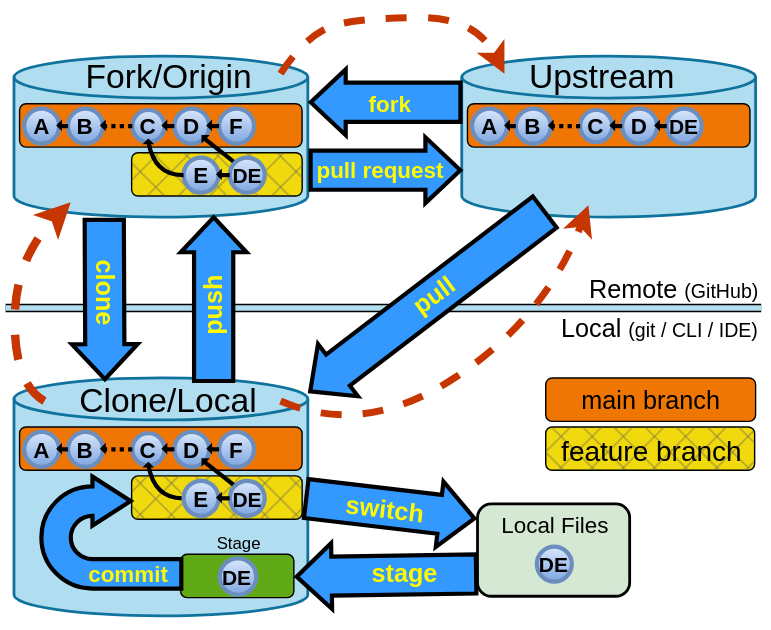
Before: materials/BaseDiagram.svg, a diagram exported from draw.io (HFOSSedu/GitKit-Codespace). Source tidied: cells renumbered, new cells last; positions are measured from the earlier drawing's top-left corner, leaving out a move shared by most shapes.
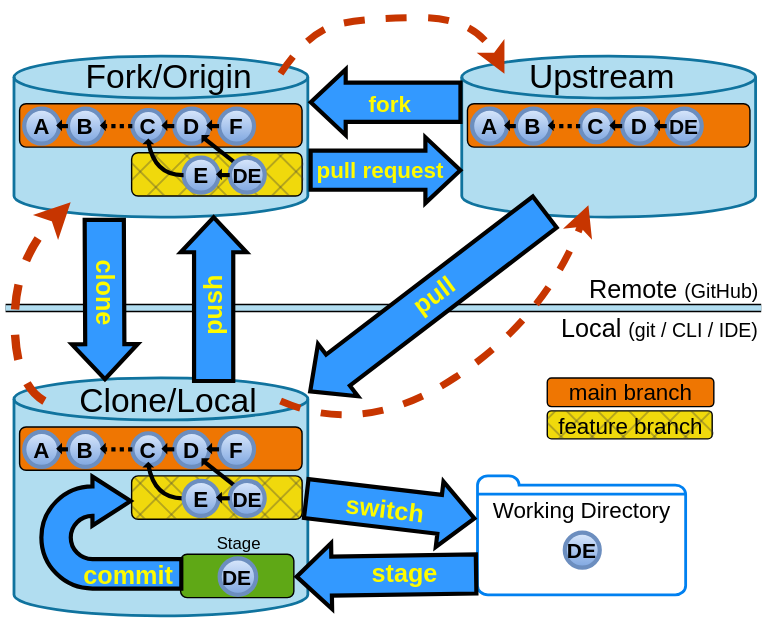
The same file after the commit.

Diff of the diagram source:
```diff
@@ -2,6 +2,9 @@
   <root>
     <mxCell id="0" />
     <mxCell id="1" parent="0" />
+    <mxCell id="148" style="html=1;verticalLabelPosition=bottom;align=center;labelBackgroundColor=#ffffff;verticalAlign=top;strokeWidth=2;strokeColor=#0080F0;shadow=0;dashed=0;shape=mxgraph.ios7.icons.folder;" parent="1" vertex="1">
+      <mxGeometry x="341.2" y="340" width="148.8" height="85" as="geometry" />
+    </mxCell>
     <mxCell id="2" style="endArrow=none;html=1;rounded=1;labelBackgroundColor=none;strokeWidth=1;curved=0;endFill=0;shape=pipe;fillColor=light-dark(#b1ddf0, #1d293b);strokeColor=light-dark(#000000, #5c79a3);" parent="1" edge="1">
       <mxGeometry relative="1" as="geometry">
         <mxPoint x="4" y="220" as="sourcePoint" />
@@ -44,7 +47,7 @@
     <mxCell id="14" style="rounded=1;whiteSpace=wrap;html=1;labelBackgroundColor=#FF9933;labelBorderColor=#FF9933;fillColor=light-dark(#F0D90C,#AB7106);fontColor=#000000;strokeColor=#000000;" parent="13" vertex="1">
       <mxGeometry x="80" width="121.9" height="31" as="geometry" />
     </mxCell>
-    <mxCell id="15" style="rounded=1;whiteSpace=wrap;html=1;labelBackgroundColor=none;labelBorderColor=none;fillColor=light-dark(#575757,#000000);fontColor=light-dark(#FFFFFF,#000000);strokeColor=none;fillStyle=cross-hatch;opacity=90;fontSize=20;" parent="13" vertex="1">
+    <mxCell id="15" style="rounded=1;whiteSpace=wrap;html=1;labelBackgroundColor=none;labelBorderColor=none;fillColor=#3C3C3C;fontColor=light-dark(#FFFFFF,#000000);strokeColor=none;fillStyle=cross-hatch;opacity=90;fontSize=20;" parent="13" vertex="1">
       <mxGeometry x="80" width="122.8" height="31" as="geometry" />
     </mxCell>
     <mxCell id="16" style="group;" parent="11" vertex="1">
@@ -150,7 +153,7 @@
     <mxCell id="48" style="endArrow=none;html=1;rounded=0;spacing=2;strokeWidth=3;entryX=0;entryY=0.5;entryDx=0;entryDy=0;exitX=1;exitY=0.5;exitDx=0;exitDy=0;startArrow=none;startFill=0;" parent="11" edge="1" source="45" target="20">
       <mxGeometry relative="1" as="geometry" />
     </mxCell>
-    <mxCell id="49" style="group;" parent="7" vertex="1">
+    <mxCell id="49" style="group;fontSize=16;" parent="7" vertex="1">
       <mxGeometry x="9.1" y="70" width="202.8" height="106" as="geometry" />
     </mxCell>
     <mxCell id="50" style="group;" parent="49" vertex="1">
@@ -159,8 +162,8 @@
     <mxCell id="51" style="html=1;shadow=0;dashed=0;align=center;verticalAlign=middle;shape=mxgraph.arrows2.uTurnArrow;dy=10.5;arrowHead=35;dx2=27.25;rounded=0;strokeColor=default;strokeWidth=3;fontFamily=Helvetica;fontSize=20;fontColor=light-dark(#feffff, #ededed);fontStyle=1;labelBackgroundColor=light-dark(#3298ff, #ededed);textDirection=vertical-lr;fillColor=#3399FF;" parent="50" vertex="1">
       <mxGeometry width="100" height="80" as="geometry" />
     </mxCell>
-    <mxCell id="52" value="commit" style="text;html=1;strokeColor=none;fillColor=none;align=center;verticalAlign=middle;rounded=0;fontSize=16;fontStyle=1;fontColor=light-dark(#fefb00, #ededed);spacing=0;rotation=0;" parent="50" vertex="1">
-      <mxGeometry x="35.5" y="55" width="53.5" height="30" as="geometry" />
+    <mxCell id="52" value="&lt;font style=&quot;font-size: 18px;&quot;&gt;commit&lt;/font&gt;" style="text;html=1;strokeColor=none;fillColor=none;align=center;verticalAlign=middle;rounded=0;fontSize=16;fontStyle=1;fontColor=light-dark(#fefb00, #ededed);spacing=0;rotation=0;" parent="50" vertex="1">
+      <mxGeometry x="35.5" y="56" width="53.5" height="30" as="geometry" />
     </mxCell>
     <mxCell id="53" value="&lt;font style=&quot;font-size: 15px;&quot;&gt;DE&lt;/font&gt;" style="ellipse;whiteSpace=wrap;html=1;fillColor=#dae8fc;fontSize=16;fontStyle=1;gradientColor=#7ea6e0;strokeColor=#6c8ebf;strokeWidth=3;" parent="7" vertex="1">
       <mxGeometry x="146.5" y="128.4" width="26.1" height="26.1" as="geometry" />
@@ -264,17 +267,15 @@
     <mxCell id="75" value="switch" style="text;html=1;whiteSpace=wrap;strokeColor=none;fillColor=none;align=center;verticalAlign=middle;rounded=0;rotation=7;fontColor=light-dark(#fefb00, #ededed);fontSize=18;fontStyle=1;spacing=0;" parent="1" vertex="1">
       <mxGeometry x="245" y="349" width="60" height="30" as="geometry" />
     </mxCell>
-    <mxCell id="76" style="rounded=1;whiteSpace=wrap;html=1;fillColor=#d5e8d4;strokeColor=default;strokeWidth=2;" parent="1" vertex="1">
-      <mxGeometry x="341.2" y="360" width="108.8" height="66" as="geometry" />
-    </mxCell>
-    <mxCell id="77" value="Local Files" style="text;html=1;strokeColor=none;fillColor=none;align=center;verticalAlign=middle;rounded=0;fontSize=16;fontStyle=0;fontColor=light-dark(#000000, #ededed);spacing=0;rotation=0;" parent="1" vertex="1">
-      <mxGeometry x="365.6" y="360" width="60" height="30" as="geometry" />
+    <mxCell id="77" value="&lt;div&gt;Working&amp;nbsp;Directory&lt;/div&gt;" style="text;html=1;strokeColor=none;fillColor=none;align=center;verticalAlign=middle;rounded=0;fontSize=16;fontStyle=0;fontColor=light-dark(#000000, #ededed);spacing=0;rotation=0;" parent="1" vertex="1">
+      <mxGeometry x="330" y="349" width="169.4" height="30" as="geometry" />
     </mxCell>
     <mxCell id="78" value="&lt;font style=&quot;font-size: 15px;&quot;&gt;DE&lt;/font&gt;" style="ellipse;whiteSpace=wrap;html=1;fillColor=#dae8fc;fontSize=16;fontStyle=1;gradientColor=#7ea6e0;strokeColor=#6c8ebf;strokeWidth=3;" parent="1" vertex="1">
-      <mxGeometry x="383.1" y="390" width="25" height="25" as="geometry" />
+      <mxGeometry x="403.1" y="380" width="25" height="25" as="geometry" />
     </mxCell>
-    <mxCell id="79" style="shape=flexArrow;endArrow=classic;rounded=0;fillColor=#3399FF;width=26;endSize=7.33;endWidth=16;fontSize=21;labelBackgroundColor=none;fontColor=light-dark(#fefb00, #ededed);fontStyle=1;textDirection=ltr;strokeWidth=3;html=1;horizontal=1;spacingTop=30;entryX=1;entryY=0.5;entryDx=0;entryDy=0;exitX=0;exitY=0.75;exitDx=0;exitDy=0;" parent="1" edge="1" source="76" target="10">
+    <mxCell id="79" style="shape=flexArrow;endArrow=classic;rounded=0;fillColor=#3399FF;width=26;endSize=7.33;endWidth=16;fontSize=21;labelBackgroundColor=none;fontColor=light-dark(#fefb00, #ededed);fontStyle=1;textDirection=ltr;strokeWidth=3;html=1;horizontal=1;spacingTop=30;entryX=1;entryY=0.5;entryDx=0;entryDy=0;exitX=0;exitY=0.75;exitDx=0;exitDy=0;" parent="1" edge="1" target="10">
       <mxGeometry x="-0.3" y="3" relative="1" as="geometry">
+        <mxPoint x="341.2" y="409.5" as="sourcePoint" />
         <mxPoint x="1" as="offset" />
       </mxGeometry>
     </mxCell>
@@ -307,21 +308,6 @@
     <mxCell id="85" value="&lt;font style=&quot;font-size: 18px;&quot;&gt;Remote &lt;/font&gt;&lt;font style=&quot;font-size: 14px;&quot;&gt;(GitHub)&lt;/font&gt;" style="text;html=1;strokeColor=none;fillColor=none;align=left;verticalAlign=bottom;rounded=0;fontSize=16;spacing=0;fontColor=light-dark(#000000,#FFFFFF);" parent="1" vertex="1">
       <mxGeometry x="421.1" y="185.5" width="116.8" height="33" as="geometry" />
     </mxCell>
-    <mxCell id="86" style="group;" parent="1" vertex="1">
-      <mxGeometry x="390" y="270" width="150" height="66" as="geometry" />
-    </mxCell>
-    <mxCell id="87" value="main branch" style="rounded=1;whiteSpace=wrap;html=1;labelBackgroundColor=none;labelBorderColor=none;fillColor=light-dark(#ef7602, #d37619);fontColor=#000000;strokeColor=default;fillStyle=solid;fontSize=18;fontStyle=0;" parent="86" vertex="1">
-      <mxGeometry width="150" height="31" as="geometry" />
-    </mxCell>
-    <mxCell id="88" style="group;" parent="86" vertex="1">
-      <mxGeometry y="35" width="150" height="31" as="geometry" />
-    </mxCell>
-    <mxCell id="89" style="rounded=1;whiteSpace=wrap;html=1;labelBackgroundColor=#FF9933;labelBorderColor=#FF9933;fillColor=light-dark(#F0D90C,#AB7106);fontColor=#000000;strokeColor=#000000;" parent="88" vertex="1">
-      <mxGeometry width="149.3" height="31" as="geometry" />
-    </mxCell>
-    <mxCell id="90" value="feature branch" style="rounded=1;whiteSpace=wrap;html=1;labelBackgroundColor=none;labelBorderColor=none;fillColor=light-dark(#575757,#000000);fontColor=light-dark(#000000, #000000);strokeColor=none;fillStyle=cross-hatch;opacity=90;fontSize=20;" parent="88" vertex="1">
-      <mxGeometry x="0.7" width="149.3" height="31" as="geometry" />
-    </mxCell>
     <mxCell id="91" style="group;" parent="1" vertex="1">
       <mxGeometry x="14" y="74" width="202.9" height="66" as="geometry" />
     </mxCell>
@@ -334,7 +320,7 @@
     <mxCell id="94" style="rounded=1;whiteSpace=wrap;html=1;labelBackgroundColor=#FF9933;labelBorderColor=#FF9933;fillColor=light-dark(#F0D90C,#AB7106);fontColor=#000000;strokeColor=#000000;" parent="93" vertex="1">
       <mxGeometry x="80" width="121.9" height="31" as="geometry" />
     </mxCell>
-    <mxCell id="95" style="rounded=1;whiteSpace=wrap;html=1;labelBackgroundColor=none;labelBorderColor=none;fillColor=light-dark(#575757,#000000);fontColor=light-dark(#FFFFFF,#000000);strokeColor=none;fillStyle=cross-hatch;opacity=90;fontSize=20;" parent="93" vertex="1">
+    <mxCell id="95" style="rounded=1;whiteSpace=wrap;html=1;labelBackgroundColor=none;labelBorderColor=none;fillColor=#3C3C3C;fontColor=light-dark(#FFFFFF,#000000);strokeColor=none;fillStyle=cross-hatch;opacity=90;fontSize=20;" parent="93" vertex="1">
       <mxGeometry x="80" width="122.8" height="31" as="geometry" />
     </mxCell>
     <mxCell id="96" style="group;" parent="91" vertex="1">
@@ -501,5 +487,14 @@
     <mxCell id="147" style="endArrow=none;html=1;rounded=0;spacing=2;strokeWidth=3;entryX=0;entryY=0.5;entryDx=0;entryDy=0;exitX=1;exitY=0.5;exitDx=0;exitDy=0;startArrow=none;startFill=0;" parent="1" edge="1" source="144" target="133">
       <mxGeometry relative="1" as="geometry" />
     </mxCell>
+    <mxCell id="87" value="main branch" style="rounded=1;whiteSpace=wrap;html=1;labelBackgroundColor=none;labelBorderColor=none;fillColor=light-dark(#ef7602, #d37619);fontColor=#000000;strokeColor=default;fillStyle=solid;fontSize=16;fontStyle=0;" parent="1" vertex="1">
+      <mxGeometry x="391.1" y="270" width="119" height="20.5" as="geometry" />
+    </mxCell>
+    <mxCell id="89" style="rounded=1;whiteSpace=wrap;html=1;labelBackgroundColor=#FF9933;labelBorderColor=#FF9933;fillColor=light-dark(#F0D90C,#AB7106);fontColor=#000000;strokeColor=#000000;" parent="1" vertex="1">
+      <mxGeometry x="391.1" y="293.5" width="117.9" height="20" as="geometry" />
+    </mxCell>
+    <mxCell id="90" value="&lt;font&gt;feature branch&lt;/font&gt;" style="rounded=1;whiteSpace=wrap;html=1;labelBackgroundColor=none;labelBorderColor=none;fillColor=#3C3C3C;fontColor=light-dark(#000000, #000000);strokeColor=none;fillStyle=cross-hatch;opacity=90;fontSize=16;" parent="1" vertex="1">
+      <mxGeometry x="391.1" y="293.5" width="119" height="20" as="geometry" />
+    </mxCell>
   </root>
 </mxGraphModel>
```
